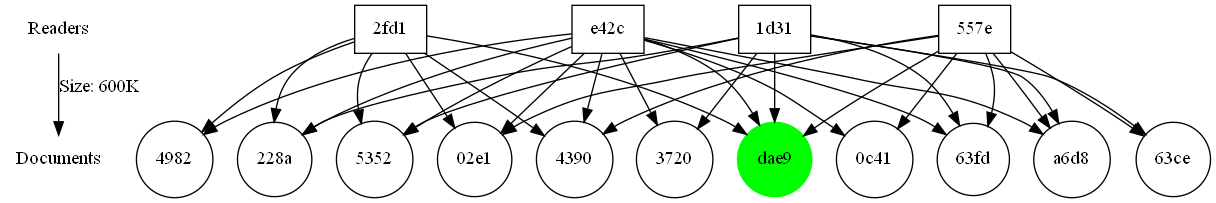
Before: graph.png, a diagram exported from Graphviz (Danielryan98/DataAnalysisTool). Its source is kept beside it as graph.dot.
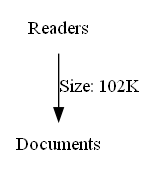
The same file after the commit.

The edit, as a diff of the source:
```diff
@@ -1,76 +1,5 @@
 digraph "also likes" {
 	Readers [label=Readers shape=none]
 	Documents [label=Documents shape=none]
-	Readers -> Documents [label="Size: 600K"]
-	dae9 [label=dae9 color=green shape=circle style=filled]
-	e42c [label=e42c shape=box]
-	e42c -> dae9
-	"557e" [label="557e" shape=box]
-	"557e" -> dae9
-	"2fd1" [label="2fd1" shape=box]
-	"2fd1" -> dae9
-	"1d31" [label="1d31" shape=box]
-	"1d31" -> dae9
-	5352 [label=5352 shape=circle]
-	e42c [label=e42c shape=box]
-	e42c -> 5352
-	"2fd1" [label="2fd1" shape=box]
-	"2fd1" -> 5352
-	"1d31" [label="1d31" shape=box]
-	"1d31" -> 5352
-	"228a" [label="228a" shape=circle]
-	e42c [label=e42c shape=box]
-	e42c -> "228a"
-	"2fd1" [label="2fd1" shape=box]
-	"2fd1" -> "228a"
-	"1d31" [label="1d31" shape=box]
-	"1d31" -> "228a"
-	"02e1" [label="02e1" shape=circle]
-	e42c [label=e42c shape=box]
-	e42c -> "02e1"
-	"557e" [label="557e" shape=box]
-	"557e" -> "02e1"
-	"2fd1" [label="2fd1" shape=box]
-	"2fd1" -> "02e1"
-	"63fd" [label="63fd" shape=circle]
-	e42c [label=e42c shape=box]
-	e42c -> "63fd"
-	"557e" [label="557e" shape=box]
-	"557e" -> "63fd"
-	"1d31" [label="1d31" shape=box]
-	"1d31" -> "63fd"
-	a6d8 [label=a6d8 shape=circle]
-	e42c [label=e42c shape=box]
-	e42c -> a6d8
-	"557e" [label="557e" shape=box]
-	"557e" -> a6d8
-	"1d31" [label="1d31" shape=box]
-	"1d31" -> a6d8
-	4390 [label=4390 shape=circle]
-	e42c [label=e42c shape=box]
-	e42c -> 4390
-	"557e" [label="557e" shape=box]
-	"557e" -> 4390
-	"2fd1" [label="2fd1" shape=box]
-	"2fd1" -> 4390
-	"63ce" [label="63ce" shape=circle]
-	"557e" [label="557e" shape=box]
-	"557e" -> "63ce"
-	"1d31" [label="1d31" shape=box]
-	"1d31" -> "63ce"
-	3720 [label=3720 shape=circle]
-	e42c [label=e42c shape=box]
-	e42c -> 3720
-	"1d31" [label="1d31" shape=box]
-	"1d31" -> 3720
-	"0c41" [label="0c41" shape=circle]
-	e42c [label=e42c shape=box]
-	e42c -> "0c41"
-	"557e" [label="557e" shape=box]
-	"557e" -> "0c41"
-	4982 [label=4982 shape=circle]
-	e42c [label=e42c shape=box]
-	e42c -> 4982
-	"2fd1" [label="2fd1" shape=box]
-	"2fd1" -> 4982
+	Readers -> Documents [label="Size: 102K"]
 }
```
